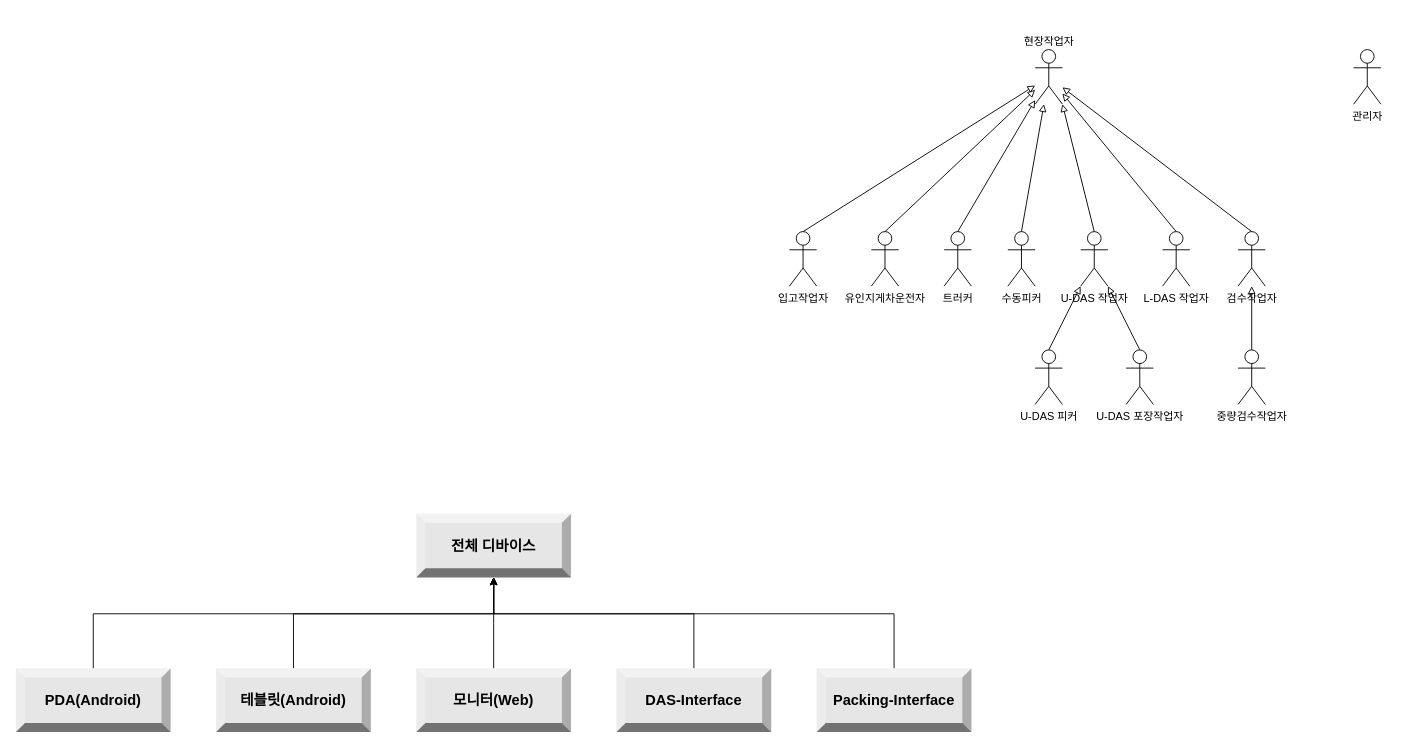
Before: 제목 없는 다이어그램.drawio in JiungChoi/2021-Java-ycsc, a draw.io diagram. Source tidied: cells renumbered, new cells numbered last; positions are measured from the earlier drawing's top-left corner, leaving out a move shared by most shapes. Both pictures are drawn from the tidied source at 91%, with x=0, y=0 at pixel (15, 49).
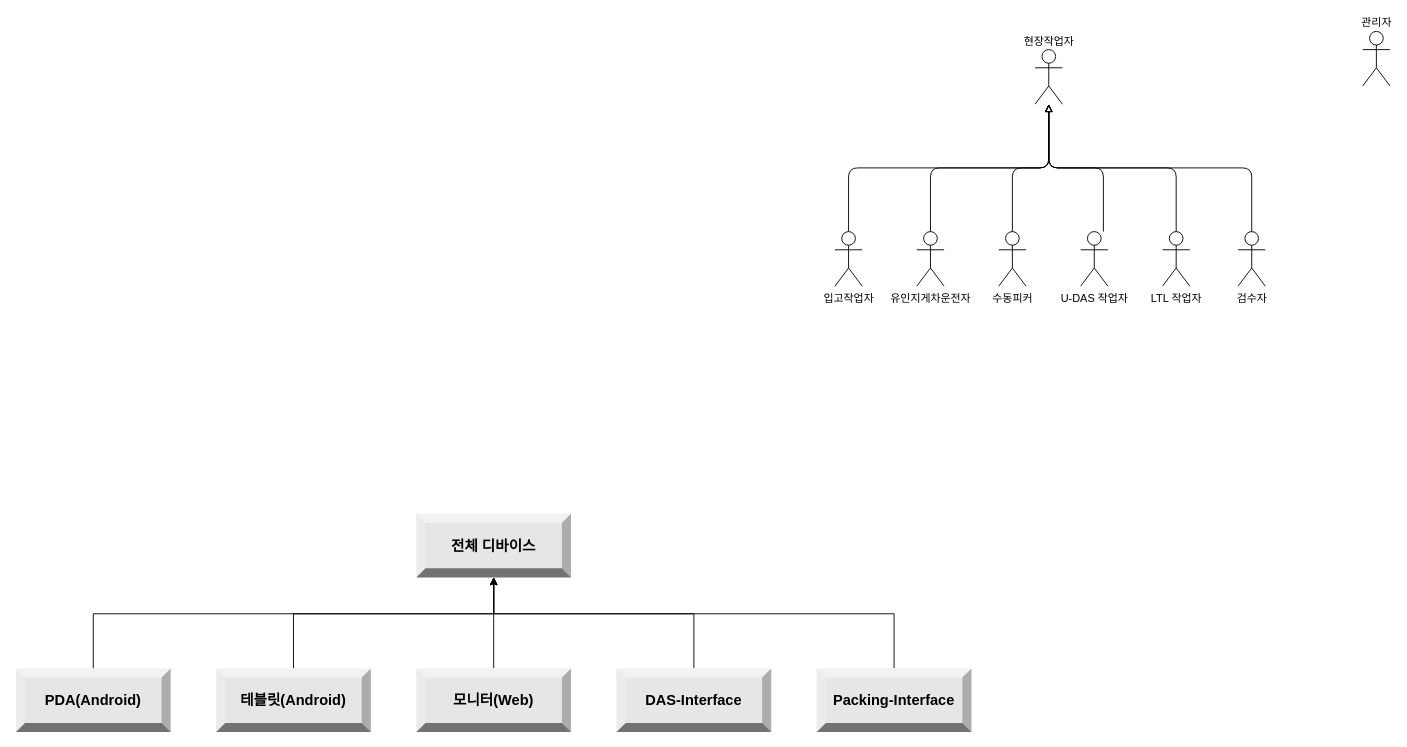
The same page after the edit.

Commit message:
제목 없는 다이어그램.drawio 업데이트

The change refers to these unchanged cells:
```xml
<mxCell id="2" value="현장작업자&lt;br&gt;" style="shape=umlActor;verticalLabelPosition=top;verticalAlign=bottom;html=1;outlineConnect=0;spacingTop=0;spacingBottom=0;labelPosition=center;align=center;" parent="1" vertex="1">
  <mxGeometry x="1120" width="30" height="60" as="geometry" />
</mxCell>
<mxCell id="21" value="U-DAS 작업자" style="shape=umlActor;verticalLabelPosition=bottom;verticalAlign=top;html=1;outlineConnect=0;labelBackgroundColor=none;" parent="1" vertex="1">
  <mxGeometry x="1170" y="200" width="30" height="60" as="geometry" />
</mxCell>
```

Change to the diagram source:
```diff
@@
-    <mxCell id="3" value="L-DAS 작업자" style="shape=umlActor;verticalLabelPosition=bottom;verticalAlign=top;html=1;outlineConnect=0;" parent="1" vertex="1">
+    <mxCell id="3" value="LTL 작업자" style="shape=umlActor;verticalLabelPosition=bottom;verticalAlign=top;html=1;outlineConnect=0;" parent="1" vertex="1">
       <mxGeometry x="1260" y="200" width="30" height="60" as="geometry" />
     </mxCell>
+    <mxCell id="19" style="edgeStyle=orthogonalEdgeStyle;rounded=1;jettySize=auto;html=1;endArrow=block;endFill=0;" parent="1" edge="1" source="4" target="2">
+      <mxGeometry relative="1" as="geometry">
+        <Array as="points">
+          <mxPoint x="1358" y="130" />
+          <mxPoint x="1135" y="130" />
+        </Array>
+      </mxGeometry>
+    </mxCell>
-    <mxCell id="4" value="검수작업자" style="shape=umlActor;verticalLabelPosition=bottom;verticalAlign=top;html=1;outlineConnect=0;" parent="1" vertex="1">
+    <mxCell id="4" value="검수자" style="shape=umlActor;verticalLabelPosition=bottom;verticalAlign=top;html=1;outlineConnect=0;" parent="1" vertex="1">
       <mxGeometry x="1343" y="200" width="30" height="60" as="geometry" />
     </mxCell>
-    <mxCell id="5" value="중량검수작업자" style="shape=umlActor;verticalLabelPosition=bottom;verticalAlign=top;html=1;outlineConnect=0;" parent="1" vertex="1">
-      <mxGeometry x="1343" y="330" width="30" height="60" as="geometry" />
-    </mxCell>
-    <mxCell id="6" value="관리자" style="shape=umlActor;verticalLabelPosition=bottom;verticalAlign=top;html=1;" parent="1" vertex="1">
-      <mxGeometry x="1470" width="30" height="60" as="geometry" />
+    <mxCell id="6" value="관리자" style="shape=umlActor;verticalLabelPosition=top;verticalAlign=bottom;html=1;labelPosition=center;align=center;" parent="1" vertex="1">
+      <mxGeometry x="1480" y="-20" width="30" height="60" as="geometry" />
     </mxCell>
     <mxCell id="7" value="수동피커" style="shape=umlActor;verticalLabelPosition=bottom;verticalAlign=top;html=1;outlineConnect=0;" parent="1" vertex="1">
-      <mxGeometry x="1090" y="200" width="30" height="60" as="geometry" />
+      <mxGeometry x="1080" y="200" width="30" height="60" as="geometry" />
     </mxCell>
-    <mxCell id="8" value="U-DAS 피커" style="shape=umlActor;verticalLabelPosition=bottom;verticalAlign=top;html=1;outlineConnect=0;" parent="1" vertex="1">
-      <mxGeometry x="1120" y="330" width="30" height="60" as="geometry" />
-    </mxCell>
-    <mxCell id="9" value="U-DAS 포장작업자" style="shape=umlActor;verticalLabelPosition=bottom;verticalAlign=top;html=1;outlineConnect=0;" parent="1" vertex="1">
-      <mxGeometry x="1220" y="330" width="30" height="60" as="geometry" />
-    </mxCell>
-    <mxCell id="10" style="rounded=0;jettySize=auto;html=1;endArrow=block;endFill=0;exitX=0.5;exitY=0;exitDx=0;exitDy=0;exitPerimeter=0;" parent="1" edge="1" source="11" target="2">
+    <mxCell id="10" style="rounded=1;jettySize=auto;html=1;endArrow=block;endFill=0;exitX=0.5;exitY=0;exitDx=0;exitDy=0;exitPerimeter=0;edgeStyle=orthogonalEdgeStyle;" parent="1" edge="1" source="11" target="2">
       <mxGeometry relative="1" as="geometry" />
     </mxCell>
     <mxCell id="11" value="입고작업자" style="shape=umlActor;verticalLabelPosition=bottom;verticalAlign=top;html=1;outlineConnect=0;" parent="1" vertex="1">
-      <mxGeometry x="850" y="200" width="30" height="60" as="geometry" />
+      <mxGeometry x="900" y="200" width="30" height="60" as="geometry" />
     </mxCell>
-    <mxCell id="12" style="rounded=0;jettySize=auto;html=1;endArrow=block;endFill=0;exitX=0.5;exitY=0;exitDx=0;exitDy=0;exitPerimeter=0;" parent="1" edge="1" source="13" target="2">
+    <mxCell id="12" style="rounded=1;jettySize=auto;html=1;endArrow=block;endFill=0;exitX=0.5;exitY=0;exitDx=0;exitDy=0;exitPerimeter=0;edgeStyle=orthogonalEdgeStyle;" parent="1" edge="1" source="13" target="2">
       <mxGeometry relative="1" as="geometry" />
     </mxCell>
     <mxCell id="13" value="유인지게차운전자&lt;br&gt;" style="shape=umlActor;verticalLabelPosition=bottom;verticalAlign=top;html=1;outlineConnect=0;" parent="1" vertex="1">
-      <mxGeometry x="940" y="200" width="30" height="60" as="geometry" />
+      <mxGeometry x="990" y="200" width="30" height="60" as="geometry" />
     </mxCell>
-    <mxCell id="14" value="트러커" style="shape=umlActor;verticalLabelPosition=bottom;verticalAlign=top;html=1;outlineConnect=0;" parent="1" vertex="1">
-      <mxGeometry x="1020" y="200" width="30" height="60" as="geometry" />
-    </mxCell>
-    <mxCell id="15" style="rounded=0;jettySize=auto;html=1;endArrow=block;endFill=0;exitX=0.5;exitY=0;exitDx=0;exitDy=0;exitPerimeter=0;" parent="1" edge="1" source="14" target="2">
-      <mxGeometry relative="1" as="geometry" />
-    </mxCell>
-    <mxCell id="16" style="rounded=0;jettySize=auto;html=1;endArrow=block;endFill=0;exitX=0.5;exitY=0;exitDx=0;exitDy=0;exitPerimeter=0;" parent="1" edge="1" source="7" target="2">
+    <mxCell id="16" style="rounded=1;jettySize=auto;html=1;endArrow=block;endFill=0;exitX=0.5;exitY=0;exitDx=0;exitDy=0;exitPerimeter=0;edgeStyle=orthogonalEdgeStyle;" parent="1" edge="1" source="7" target="2">
       <mxGeometry relative="1" as="geometry" />
     </mxCell>
+    <mxCell id="18" style="jettySize=auto;html=1;endArrow=block;endFill=0;exitX=0.5;exitY=0;exitDx=0;exitDy=0;exitPerimeter=0;rounded=1;edgeStyle=orthogonalEdgeStyle;" parent="1" edge="1" source="3" target="2">
+      <mxGeometry relative="1" as="geometry" />
+    </mxCell>
-    <mxCell id="17" style="rounded=0;jettySize=auto;html=1;endArrow=block;endFill=0;exitX=0.5;exitY=0;exitDx=0;exitDy=0;exitPerimeter=0;entryX=1;entryY=1;entryDx=0;entryDy=0;entryPerimeter=0;" parent="1" edge="1" source="21" target="2">
-      <mxGeometry relative="1" as="geometry" />
+    <mxCell id="17" style="edgeStyle=orthogonalEdgeStyle;rounded=1;jettySize=auto;html=1;endArrow=block;endFill=0;" parent="1" edge="1" source="21" target="2">
+      <mxGeometry relative="1" as="geometry">
+        <Array as="points">
+          <mxPoint x="1195" y="130" />
+          <mxPoint x="1135" y="130" />
+        </Array>
+      </mxGeometry>
     </mxCell>
-    <mxCell id="18" style="rounded=0;jettySize=auto;html=1;endArrow=block;endFill=0;exitX=0.5;exitY=0;exitDx=0;exitDy=0;exitPerimeter=0;" parent="1" edge="1" source="3" target="2">
-      <mxGeometry relative="1" as="geometry" />
-    </mxCell>
-    <mxCell id="19" style="rounded=0;jettySize=auto;html=1;endArrow=block;endFill=0;exitX=0.5;exitY=0;exitDx=0;exitDy=0;exitPerimeter=0;" parent="1" edge="1" source="4" target="2">
-      <mxGeometry relative="1" as="geometry" />
-    </mxCell>
-    <mxCell id="20" style="rounded=0;jettySize=auto;html=1;endArrow=block;endFill=0;exitX=0.5;exitY=0;exitDx=0;exitDy=0;exitPerimeter=0;entryX=0;entryY=1;entryDx=0;entryDy=0;entryPerimeter=0;" parent="1" edge="1" source="8" target="21">
-      <mxGeometry relative="1" as="geometry" />
-    </mxCell>
@@
-    <mxCell id="22" style="rounded=0;jettySize=auto;html=1;endArrow=block;endFill=0;exitX=0.5;exitY=0;exitDx=0;exitDy=0;exitPerimeter=0;" parent="1" edge="1" source="9" target="21">
-      <mxGeometry relative="1" as="geometry" />
-    </mxCell>
-    <mxCell id="23" style="rounded=0;jettySize=auto;html=1;endArrow=block;endFill=0;exitX=0.5;exitY=0;exitDx=0;exitDy=0;exitPerimeter=0;" parent="1" edge="1" source="5" target="4">
-      <mxGeometry relative="1" as="geometry" />
-    </mxCell>
```
